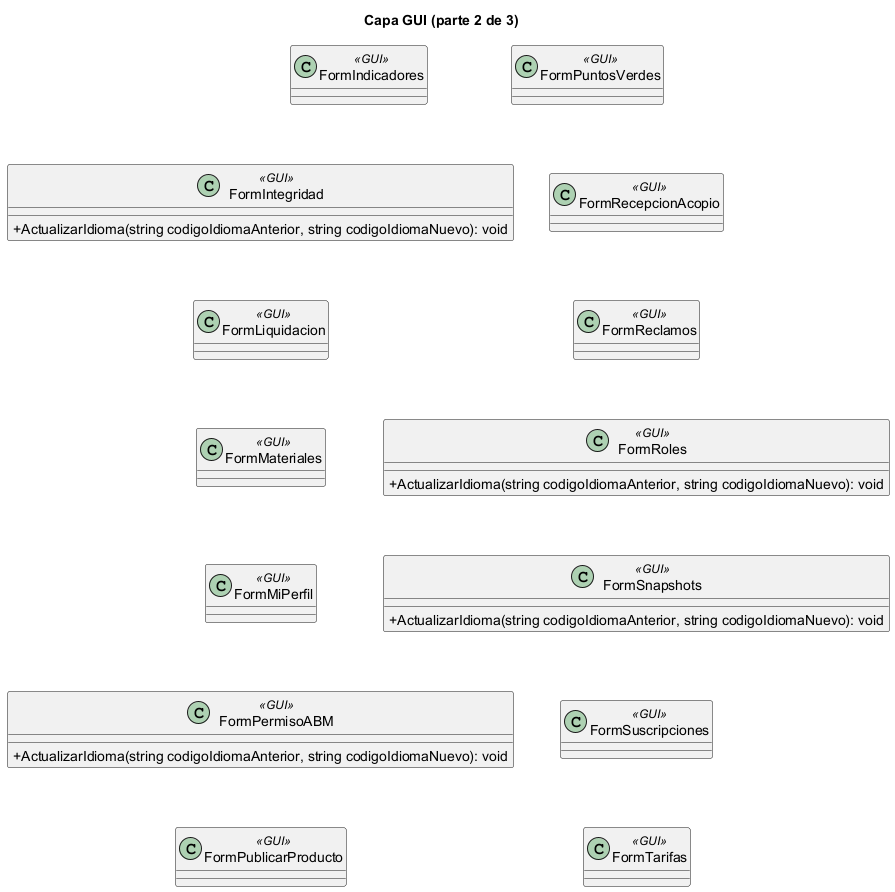
Above: docs/diagramas/uml_png/capas__GUI_clases_2.png in L-Muniz/uai-diploma_2026 (PlantUML), before the change.
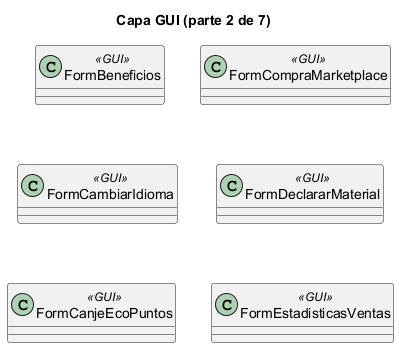
The same diagram one commit later.

The edit, as a diff of the source:
```diff
@@ -1,50 +1,22 @@
 @startuml
 skinparam classAttributeIconSize 0
 skinparam linetype ortho
-title Capa GUI (parte 2 de 3)
-class "FormIndicadores" as FormIndicadores <<GUI>> {
+title Capa GUI (parte 2 de 7)
+class "FormBeneficios" as FormBeneficios <<GUI>> {
 }
-class "FormIntegridad" as FormIntegridad <<GUI>> {
-  +ActualizarIdioma(string codigoIdiomaAnterior, string codigoIdiomaNuevo): void
+class "FormCambiarIdioma" as FormCambiarIdioma <<GUI>> {
 }
-class "FormLiquidacion" as FormLiquidacion <<GUI>> {
+class "FormCanjeEcoPuntos" as FormCanjeEcoPuntos <<GUI>> {
 }
-class "FormMateriales" as FormMateriales <<GUI>> {
+class "FormCompraMarketplace" as FormCompraMarketplace <<GUI>> {
 }
-class "FormMiPerfil" as FormMiPerfil <<GUI>> {
+class "FormDeclararMaterial" as FormDeclararMaterial <<GUI>> {
 }
-class "FormPermisoABM" as FormPermisoABM <<GUI>> {
-  +ActualizarIdioma(string codigoIdiomaAnterior, string codigoIdiomaNuevo): void
+class "FormEstadisticasVentas" as FormEstadisticasVentas <<GUI>> {
 }
-class "FormPublicarProducto" as FormPublicarProducto <<GUI>> {
-}
-class "FormPuntosVerdes" as FormPuntosVerdes <<GUI>> {
-}
-class "FormRecepcionAcopio" as FormRecepcionAcopio <<GUI>> {
-}
-class "FormReclamos" as FormReclamos <<GUI>> {
-}
-class "FormRoles" as FormRoles <<GUI>> {
-  +ActualizarIdioma(string codigoIdiomaAnterior, string codigoIdiomaNuevo): void
-}
-class "FormSnapshots" as FormSnapshots <<GUI>> {
-  +ActualizarIdioma(string codigoIdiomaAnterior, string codigoIdiomaNuevo): void
-}
-class "FormSuscripciones" as FormSuscripciones <<GUI>> {
-}
-class "FormTarifas" as FormTarifas <<GUI>> {
-}
-FormIndicadores -[hidden]down- FormIntegridad
-FormIntegridad -[hidden]down- FormLiquidacion
-FormLiquidacion -[hidden]down- FormMateriales
-FormMateriales -[hidden]down- FormMiPerfil
-FormMiPerfil -[hidden]down- FormPermisoABM
-FormPermisoABM -[hidden]down- FormPublicarProducto
-FormPuntosVerdes -[hidden]down- FormRecepcionAcopio
-FormRecepcionAcopio -[hidden]down- FormReclamos
-FormReclamos -[hidden]down- FormRoles
-FormRoles -[hidden]down- FormSnapshots
-FormSnapshots -[hidden]down- FormSuscripciones
-FormSuscripciones -[hidden]down- FormTarifas
-FormIndicadores -[hidden]right- FormPuntosVerdes
+FormBeneficios -[hidden]down- FormCambiarIdioma
+FormCambiarIdioma -[hidden]down- FormCanjeEcoPuntos
+FormCompraMarketplace -[hidden]down- FormDeclararMaterial
+FormDeclararMaterial -[hidden]down- FormEstadisticasVentas
+FormBeneficios -[hidden]right- FormCompraMarketplace
 @enduml
```
